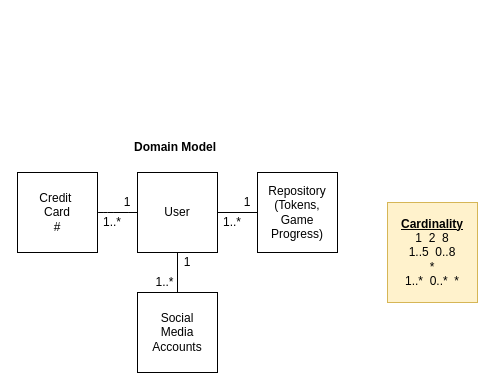
Before: page "Domain Model" (2 of 3) of Car Rental.drawio in jmcjordi811/CISC210Draw, a draw.io diagram. Source tidied: cells renumbered, new cells numbered last; positions are measured from the earlier drawing's top-left corner, leaving out a move shared by most shapes. Both pictures are drawn from the tidied source at 100%, with x=0, y=0 at pixel (17, 137).
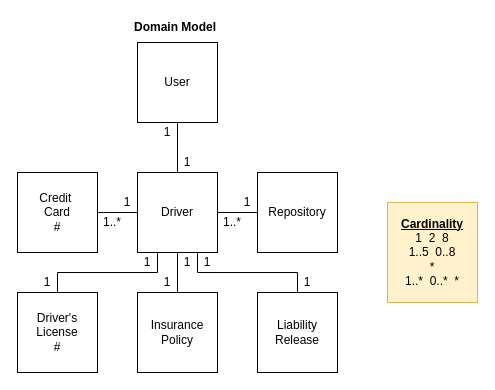
The same diagram, later.

What changed in the source:
```diff
@@
-    <mxCell id="5" value="User" style="whiteSpace=wrap;html=1;fillColor=none;" parent="1" vertex="1">
+    <mxCell id="5" value="Driver" style="whiteSpace=wrap;html=1;fillColor=none;" parent="1" vertex="1">
       <mxGeometry x="120" y="35" width="80" height="80" as="geometry" />
     </mxCell>
-    <mxCell id="6" value="Repository&lt;br&gt;(Tokens, Game&lt;br&gt;Progress)" style="whiteSpace=wrap;html=1;fillColor=none;" parent="1" vertex="1">
+    <mxCell id="6" value="Repository" style="whiteSpace=wrap;html=1;fillColor=none;" parent="1" vertex="1">
       <mxGeometry x="240" y="35" width="80" height="80" as="geometry" />
     </mxCell>
+    <mxCell id="17" style="edgeStyle=orthogonalEdgeStyle;rounded=0;jettySize=auto;html=1;exitX=0.5;exitY=0;exitDx=0;exitDy=0;entryX=0.25;entryY=1;entryDx=0;entryDy=0;endArrow=none;endFill=0;" parent="1" edge="1" source="18" target="5">
+      <mxGeometry relative="1" as="geometry" />
+    </mxCell>
+    <mxCell id="18" value="Driver's&lt;br&gt;License&lt;br&gt;#" style="whiteSpace=wrap;html=1;fillColor=none;" parent="1" vertex="1">
+      <mxGeometry y="155" width="80" height="80" as="geometry" />
+    </mxCell>
@@
-    <mxCell id="8" value="Social&lt;br&gt;Media&lt;br&gt;Accounts" style="whiteSpace=wrap;html=1;fillColor=none;" parent="1" vertex="1">
+    <mxCell id="8" value="Insurance&lt;br&gt;Policy" style="whiteSpace=wrap;html=1;fillColor=none;" parent="1" vertex="1">
       <mxGeometry x="120" y="155" width="80" height="80" as="geometry" />
     </mxCell>
+    <mxCell id="19" style="edgeStyle=orthogonalEdgeStyle;rounded=0;jettySize=auto;html=1;exitX=0.5;exitY=0;exitDx=0;exitDy=0;entryX=0.75;entryY=1;entryDx=0;entryDy=0;endArrow=none;endFill=0;" parent="1" edge="1" source="20" target="5">
+      <mxGeometry relative="1" as="geometry" />
+    </mxCell>
+    <mxCell id="20" value="Liability&lt;br&gt;Release" style="whiteSpace=wrap;html=1;fillColor=none;" parent="1" vertex="1">
+      <mxGeometry x="240" y="155" width="80" height="80" as="geometry" />
+    </mxCell>
@@
+    <mxCell id="21" value="1" style="text;html=1;strokeColor=none;fillColor=none;align=center;verticalAlign=middle;whiteSpace=wrap;rounded=0;" parent="1" vertex="1">
+      <mxGeometry x="20" y="135" width="20" height="20" as="geometry" />
+    </mxCell>
+    <mxCell id="22" value="1" style="text;html=1;strokeColor=none;fillColor=none;align=center;verticalAlign=middle;whiteSpace=wrap;rounded=0;" parent="1" vertex="1">
+      <mxGeometry x="120" y="115" width="20" height="20" as="geometry" />
+    </mxCell>
-    <mxCell id="10" value="1..*" style="text;html=1;strokeColor=none;fillColor=none;align=center;verticalAlign=middle;whiteSpace=wrap;rounded=0;" parent="1" vertex="1">
-      <mxGeometry x="135" y="135" width="25" height="20" as="geometry" />
+    <mxCell id="10" value="1" style="text;html=1;strokeColor=none;fillColor=none;align=center;verticalAlign=middle;whiteSpace=wrap;rounded=0;" parent="1" vertex="1">
+      <mxGeometry x="140" y="135" width="20" height="20" as="geometry" />
     </mxCell>
@@
+    <mxCell id="23" value="1" style="text;html=1;strokeColor=none;fillColor=none;align=center;verticalAlign=middle;whiteSpace=wrap;rounded=0;" parent="1" vertex="1">
+      <mxGeometry x="180" y="115" width="20" height="20" as="geometry" />
+    </mxCell>
+    <mxCell id="24" value="1" style="text;html=1;strokeColor=none;fillColor=none;align=center;verticalAlign=middle;whiteSpace=wrap;rounded=0;" parent="1" vertex="1">
+      <mxGeometry x="280" y="135" width="20" height="20" as="geometry" />
+    </mxCell>
@@
     <mxCell id="16" value="Domain Model" style="text;html=1;align=left;verticalAlign=top;spacingTop=-4;fontStyle=1;" parent="1" vertex="1">
-      <mxGeometry x="115" width="90" height="20" as="geometry" />
+      <mxGeometry x="115" y="-120" width="90" height="20" as="geometry" />
     </mxCell>
+    <mxCell id="25" style="edgeStyle=orthogonalEdgeStyle;rounded=0;jettySize=auto;html=1;exitX=0.5;exitY=1;exitDx=0;exitDy=0;entryX=0.5;entryY=0;entryDx=0;entryDy=0;endArrow=none;endFill=0;" parent="1" edge="1" source="26" target="5">
+      <mxGeometry relative="1" as="geometry" />
+    </mxCell>
+    <mxCell id="26" value="User" style="whiteSpace=wrap;html=1;fillColor=none;" parent="1" vertex="1">
+      <mxGeometry x="120" y="-95" width="80" height="80" as="geometry" />
+    </mxCell>
+    <mxCell id="27" value="1" style="text;html=1;strokeColor=none;fillColor=none;align=center;verticalAlign=middle;whiteSpace=wrap;rounded=0;" parent="1" vertex="1">
+      <mxGeometry x="160" y="15" width="20" height="20" as="geometry" />
+    </mxCell>
+    <mxCell id="28" value="1" style="text;html=1;strokeColor=none;fillColor=none;align=center;verticalAlign=middle;whiteSpace=wrap;rounded=0;" parent="1" vertex="1">
+      <mxGeometry x="140" y="-15" width="20" height="20" as="geometry" />
+    </mxCell>
```
